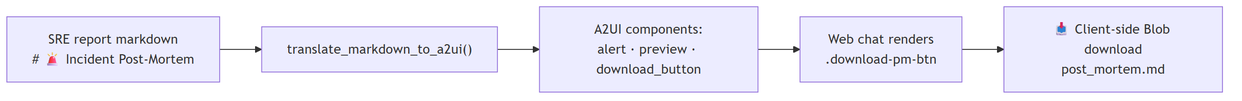
xSAVIKx/sre-agent keeps this Mermaid diagram as blogpost_assets/postmortem-pipeline.png. Above is the earlier version. Its source is kept beside it as blogpost_assets/postmortem-pipeline.mmd.
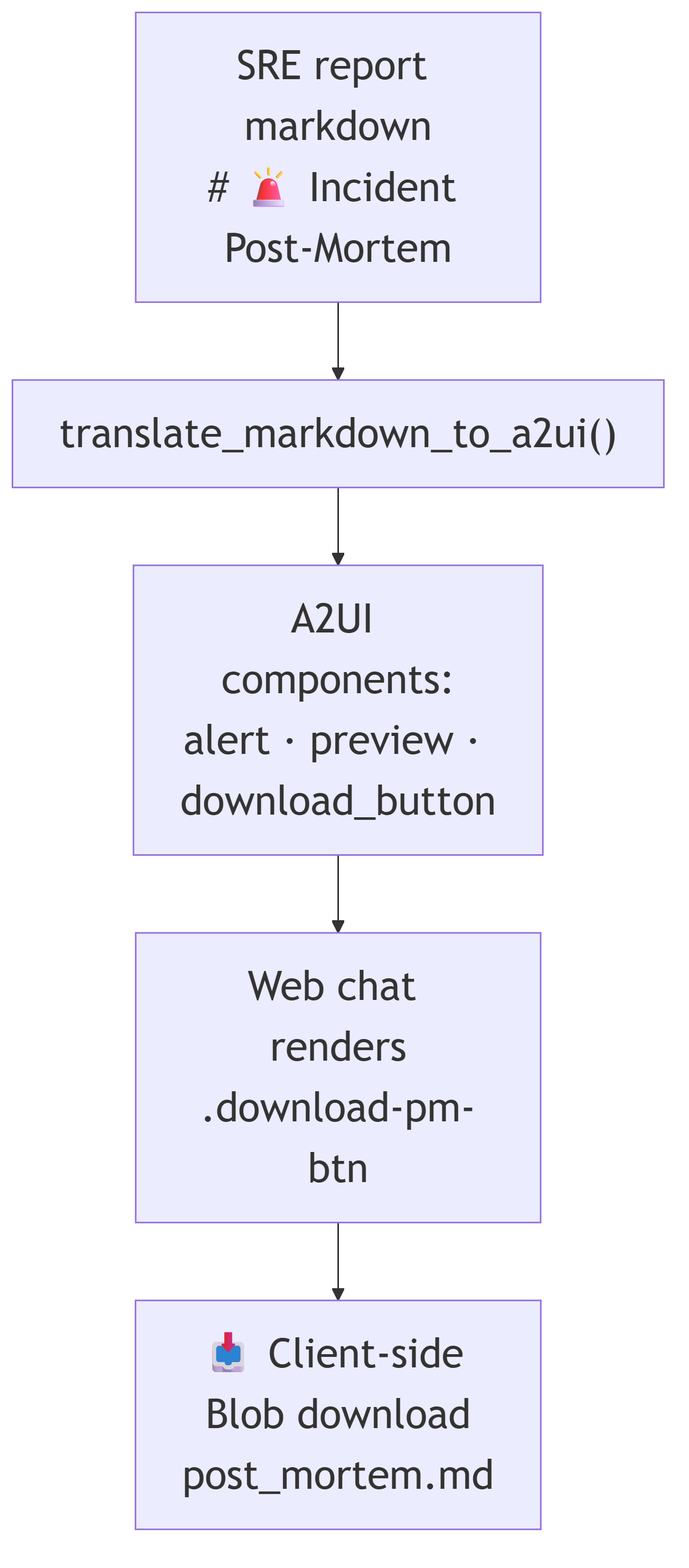
The same diagram one commit later.

Diff of the diagram source:
```diff
@@ -1,4 +1,5 @@
-flowchart LR
+%%{init: {'themeVariables': {'fontSize': '26px'}}}%%
+flowchart TB
     R["SRE report markdown<br/># 🚨 Incident Post-Mortem"] --> T["translate_markdown_to_a2ui()"]
     T --> C["A2UI components:<br/>alert · preview · download_button"]
     C --> B["Web chat renders<br/>.download-pm-btn"]
```
